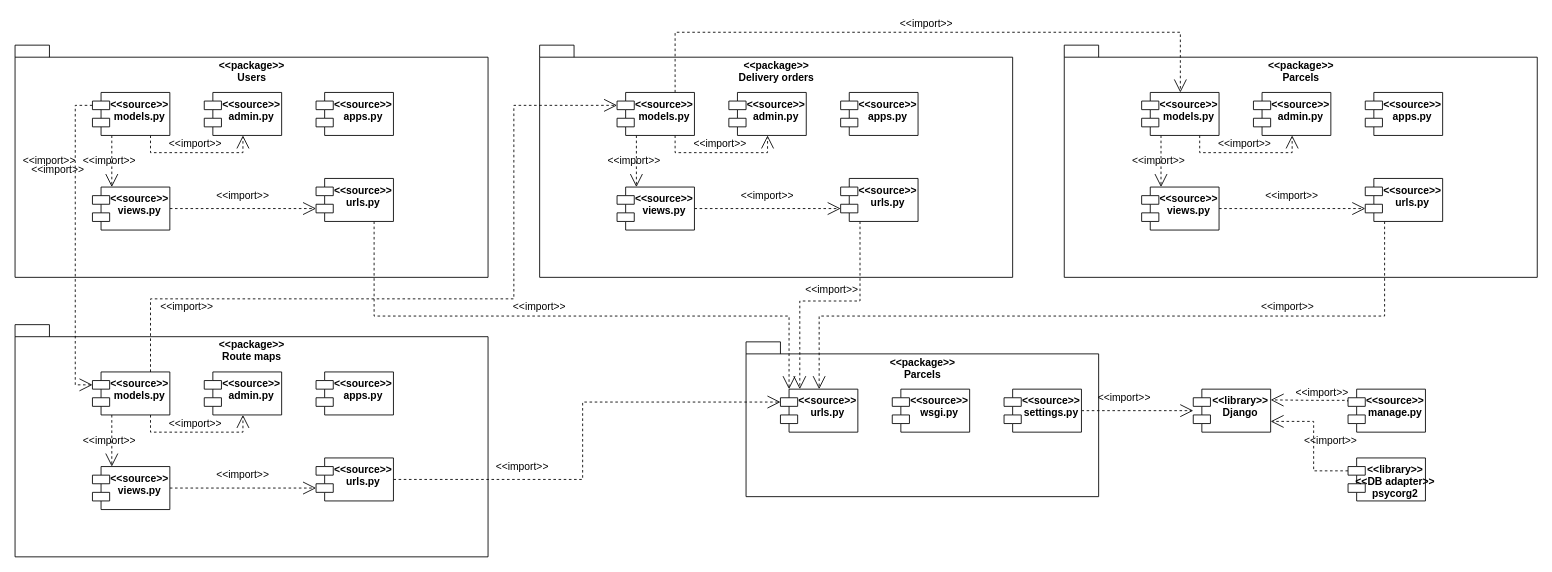
JolyBin/-Study keeps this draw.io diagram as page "Page-1" (1 of 3) of Курсач/Draw io/Диаграмма компонентов.drawio. Above is the earlier version. Source tidied: cells renumbered, new cells numbered last; positions are measured from the earlier drawing's top-left corner, leaving out a move shared by most shapes. Both pictures are drawn from the tidied source at 86%, with x=0, y=0 at pixel (15, 15).
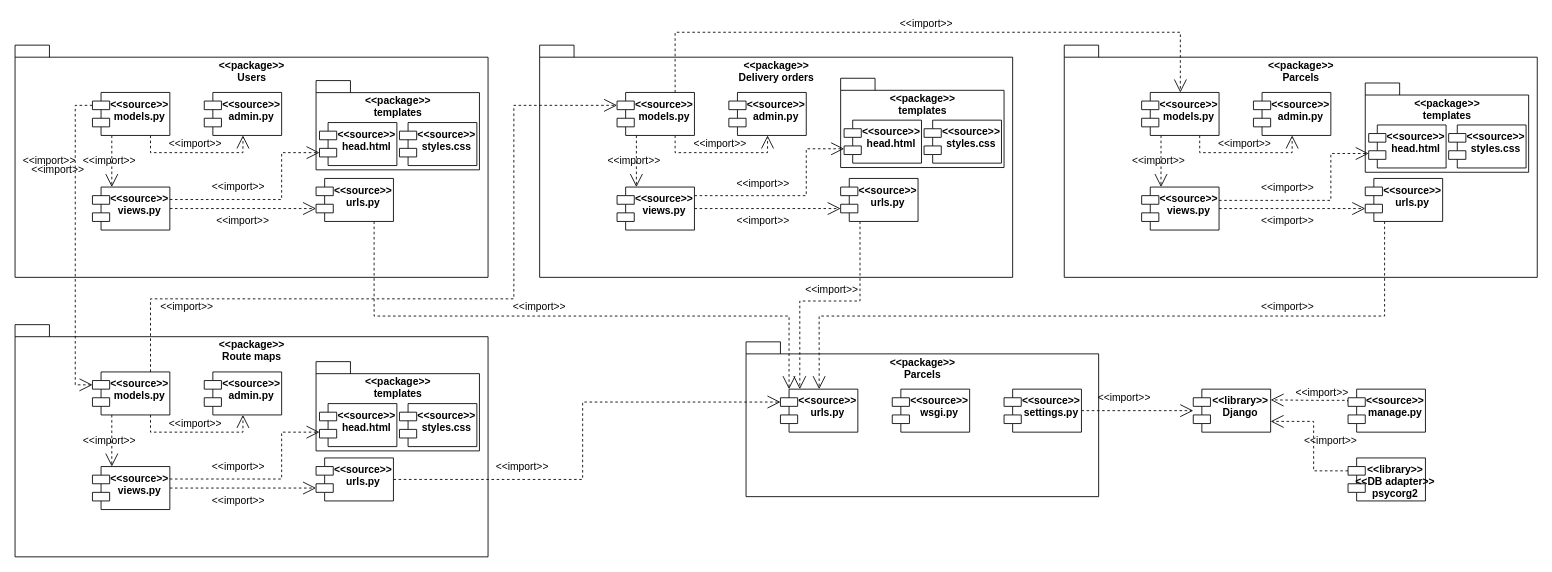
Above is the later version.

What changed in the source:
```diff
@@
-    <mxCell id="8" value="&lt;&lt;source&gt;&gt;&#10;apps.py" style="shape=module;align=left;spacingLeft=20;align=center;verticalAlign=top;fontStyle=1;" parent="1" vertex="1">
-      <mxGeometry x="350" y="90" width="90" height="50" as="geometry" />
-    </mxCell>
@@
     <mxCell id="15" value="&amp;lt;&amp;lt;import&amp;gt;&amp;gt;" style="text;html=1;strokeColor=none;fillColor=none;align=center;verticalAlign=middle;whiteSpace=wrap;rounded=0;" parent="1" vertex="1">
-      <mxGeometry x="245" y="200" width="40" height="20" as="geometry" />
+      <mxGeometry x="245" y="230" width="40" height="20" as="geometry" />
     </mxCell>
@@
-    <mxCell id="22" value="&lt;&lt;source&gt;&gt;&#10;apps.py" style="shape=module;align=left;spacingLeft=20;align=center;verticalAlign=top;fontStyle=1;" parent="1" vertex="1">
-      <mxGeometry x="350" y="415" width="90" height="50" as="geometry" />
-    </mxCell>
@@
     <mxCell id="29" value="&amp;lt;&amp;lt;import&amp;gt;&amp;gt;" style="text;html=1;strokeColor=none;fillColor=none;align=center;verticalAlign=middle;whiteSpace=wrap;rounded=0;" parent="1" vertex="1">
-      <mxGeometry x="245" y="525" width="40" height="20" as="geometry" />
+      <mxGeometry x="240" y="555" width="40" height="20" as="geometry" />
     </mxCell>
@@
-    <mxCell id="37" value="&lt;&lt;source&gt;&gt;&#10;apps.py" style="shape=module;align=left;spacingLeft=20;align=center;verticalAlign=top;fontStyle=1;" parent="1" vertex="1">
-      <mxGeometry x="960" y="90" width="90" height="50" as="geometry" />
-    </mxCell>
@@
     <mxCell id="44" value="&amp;lt;&amp;lt;import&amp;gt;&amp;gt;" style="text;html=1;strokeColor=none;fillColor=none;align=center;verticalAlign=middle;whiteSpace=wrap;rounded=0;" parent="1" vertex="1">
-      <mxGeometry x="855" y="200" width="40" height="20" as="geometry" />
+      <mxGeometry x="850" y="230" width="40" height="20" as="geometry" />
     </mxCell>
@@
-    <mxCell id="50" value="&lt;&lt;source&gt;&gt;&#10;apps.py" style="shape=module;align=left;spacingLeft=20;align=center;verticalAlign=top;fontStyle=1;" parent="1" vertex="1">
-      <mxGeometry x="1570" y="90" width="90" height="50" as="geometry" />
-    </mxCell>
@@
     <mxCell id="57" value="&amp;lt;&amp;lt;import&amp;gt;&amp;gt;" style="text;html=1;strokeColor=none;fillColor=none;align=center;verticalAlign=middle;whiteSpace=wrap;rounded=0;" parent="1" vertex="1">
-      <mxGeometry x="1465" y="200" width="40" height="20" as="geometry" />
+      <mxGeometry x="1460" y="230" width="40" height="20" as="geometry" />
     </mxCell>
@@
+    <mxCell id="78" value="&lt;span style=&quot;background-color: rgb(255 , 255 , 255)&quot;&gt;&amp;lt;&amp;lt;package&amp;gt;&amp;gt;&lt;br&gt;templates&lt;br&gt;&lt;/span&gt;&lt;span style=&quot;background-color: rgb(255 , 255 , 255)&quot;&gt;&lt;br&gt;&lt;/span&gt;" style="shape=folder;fontStyle=1;spacingTop=10;tabWidth=40;tabHeight=14;tabPosition=left;html=1;fillColor=none;align=center;verticalAlign=top;" parent="1" vertex="1">
+      <mxGeometry x="350" y="76.2" width="190" height="103.8" as="geometry" />
+    </mxCell>
+    <mxCell id="79" value="&lt;&lt;source&gt;&gt;&#10;head.html" style="shape=module;align=left;spacingLeft=20;align=center;verticalAlign=top;fontStyle=1;" parent="1" vertex="1">
+      <mxGeometry x="354" y="125" width="90" height="50" as="geometry" />
+    </mxCell>
+    <mxCell id="80" value="&lt;&lt;source&gt;&gt;&#10;styles.css" style="shape=module;align=left;spacingLeft=20;align=center;verticalAlign=top;fontStyle=1;" parent="1" vertex="1">
+      <mxGeometry x="447" y="125" width="90" height="50" as="geometry" />
+    </mxCell>
+    <mxCell id="81" style="edgeStyle=orthogonalEdgeStyle;rounded=0;jumpSize=14;jettySize=auto;html=1;entryX=0;entryY=0;entryDx=0;entryDy=35;entryPerimeter=0;dashed=1;startSize=13;endArrow=open;endFill=0;endSize=13;strokeWidth=1;" parent="1" edge="1" target="79">
+      <mxGeometry relative="1" as="geometry">
+        <mxPoint x="180" y="214.5" as="sourcePoint" />
+        <Array as="points">
+          <mxPoint x="310" y="215" />
+          <mxPoint x="310" y="160" />
+        </Array>
+      </mxGeometry>
+    </mxCell>
+    <mxCell id="82" value="&amp;lt;&amp;lt;import&amp;gt;&amp;gt;" style="text;html=1;strokeColor=none;fillColor=none;align=center;verticalAlign=middle;whiteSpace=wrap;rounded=0;" parent="1" vertex="1">
+      <mxGeometry x="240" y="190" width="40" height="20" as="geometry" />
+    </mxCell>
+    <mxCell id="83" value="&lt;span style=&quot;background-color: rgb(255 , 255 , 255)&quot;&gt;&amp;lt;&amp;lt;package&amp;gt;&amp;gt;&lt;br&gt;templates&lt;br&gt;&lt;/span&gt;&lt;span style=&quot;background-color: rgb(255 , 255 , 255)&quot;&gt;&lt;br&gt;&lt;/span&gt;" style="shape=folder;fontStyle=1;spacingTop=10;tabWidth=40;tabHeight=14;tabPosition=left;html=1;fillColor=none;align=center;verticalAlign=top;" parent="1" vertex="1">
+      <mxGeometry x="350" y="403" width="190" height="103.8" as="geometry" />
+    </mxCell>
+    <mxCell id="84" value="&lt;&lt;source&gt;&gt;&#10;head.html" style="shape=module;align=left;spacingLeft=20;align=center;verticalAlign=top;fontStyle=1;" parent="1" vertex="1">
+      <mxGeometry x="354" y="451.8" width="90" height="50" as="geometry" />
+    </mxCell>
+    <mxCell id="85" value="&lt;&lt;source&gt;&gt;&#10;styles.css" style="shape=module;align=left;spacingLeft=20;align=center;verticalAlign=top;fontStyle=1;" parent="1" vertex="1">
+      <mxGeometry x="447" y="451.8" width="90" height="50" as="geometry" />
+    </mxCell>
+    <mxCell id="86" style="edgeStyle=orthogonalEdgeStyle;rounded=0;jumpSize=14;orthogonalLoop=1;jettySize=auto;html=1;entryX=0;entryY=0;entryDx=0;entryDy=35;entryPerimeter=0;dashed=1;startSize=13;endArrow=open;endFill=0;endSize=13;strokeWidth=1;" parent="1" edge="1">
+      <mxGeometry relative="1" as="geometry">
+        <mxPoint x="180" y="539.5" as="sourcePoint" />
+        <mxPoint x="354" y="485" as="targetPoint" />
+        <Array as="points">
+          <mxPoint x="310" y="540" />
+          <mxPoint x="310" y="485" />
+        </Array>
+      </mxGeometry>
+    </mxCell>
+    <mxCell id="87" value="&amp;lt;&amp;lt;import&amp;gt;&amp;gt;" style="text;html=1;strokeColor=none;fillColor=none;align=center;verticalAlign=middle;whiteSpace=wrap;rounded=0;" parent="1" vertex="1">
+      <mxGeometry x="240" y="515" width="40" height="20" as="geometry" />
+    </mxCell>
+    <mxCell id="88" value="&lt;span style=&quot;background-color: rgb(255 , 255 , 255)&quot;&gt;&amp;lt;&amp;lt;package&amp;gt;&amp;gt;&lt;br&gt;templates&lt;br&gt;&lt;/span&gt;&lt;span style=&quot;background-color: rgb(255 , 255 , 255)&quot;&gt;&lt;br&gt;&lt;/span&gt;" style="shape=folder;fontStyle=1;spacingTop=10;tabWidth=40;tabHeight=14;tabPosition=left;html=1;fillColor=none;align=center;verticalAlign=top;" parent="1" vertex="1">
+      <mxGeometry x="960" y="73.5" width="190" height="103.8" as="geometry" />
+    </mxCell>
+    <mxCell id="89" value="&lt;&lt;source&gt;&gt;&#10;head.html" style="shape=module;align=left;spacingLeft=20;align=center;verticalAlign=top;fontStyle=1;" parent="1" vertex="1">
+      <mxGeometry x="964" y="122.2" width="90" height="50" as="geometry" />
+    </mxCell>
+    <mxCell id="90" value="&lt;&lt;source&gt;&gt;&#10;styles.css" style="shape=module;align=left;spacingLeft=20;align=center;verticalAlign=top;fontStyle=1;" parent="1" vertex="1">
+      <mxGeometry x="1057" y="122.2" width="90" height="50" as="geometry" />
+    </mxCell>
+    <mxCell id="91" style="edgeStyle=orthogonalEdgeStyle;rounded=0;jumpSize=14;orthogonalLoop=1;jettySize=auto;html=1;entryX=0;entryY=0;entryDx=0;entryDy=35;entryPerimeter=0;dashed=1;startSize=13;endArrow=open;endFill=0;endSize=13;strokeWidth=1;" parent="1" edge="1">
+      <mxGeometry relative="1" as="geometry">
+        <mxPoint x="790" y="210" as="sourcePoint" />
+        <mxPoint x="964" y="155.5" as="targetPoint" />
+        <Array as="points">
+          <mxPoint x="920" y="210.5" />
+          <mxPoint x="920" y="155.5" />
+        </Array>
+      </mxGeometry>
+    </mxCell>
+    <mxCell id="92" value="&amp;lt;&amp;lt;import&amp;gt;&amp;gt;" style="text;html=1;strokeColor=none;fillColor=none;align=center;verticalAlign=middle;whiteSpace=wrap;rounded=0;" parent="1" vertex="1">
+      <mxGeometry x="850" y="185.5" width="40" height="20" as="geometry" />
+    </mxCell>
+    <mxCell id="93" value="&lt;span style=&quot;background-color: rgb(255 , 255 , 255)&quot;&gt;&amp;lt;&amp;lt;package&amp;gt;&amp;gt;&lt;br&gt;templates&lt;br&gt;&lt;/span&gt;&lt;span style=&quot;background-color: rgb(255 , 255 , 255)&quot;&gt;&lt;br&gt;&lt;/span&gt;" style="shape=folder;fontStyle=1;spacingTop=10;tabWidth=40;tabHeight=14;tabPosition=left;html=1;fillColor=none;align=center;verticalAlign=top;" parent="1" vertex="1">
+      <mxGeometry x="1570" y="79" width="190" height="103.8" as="geometry" />
+    </mxCell>
+    <mxCell id="94" value="&lt;&lt;source&gt;&gt;&#10;head.html" style="shape=module;align=left;spacingLeft=20;align=center;verticalAlign=top;fontStyle=1;" parent="1" vertex="1">
+      <mxGeometry x="1574" y="127.8" width="90" height="50" as="geometry" />
+    </mxCell>
+    <mxCell id="95" value="&lt;&lt;source&gt;&gt;&#10;styles.css" style="shape=module;align=left;spacingLeft=20;align=center;verticalAlign=top;fontStyle=1;" parent="1" vertex="1">
+      <mxGeometry x="1667" y="127.8" width="90" height="50" as="geometry" />
+    </mxCell>
+    <mxCell id="96" style="edgeStyle=orthogonalEdgeStyle;rounded=0;jumpSize=14;orthogonalLoop=1;jettySize=auto;html=1;entryX=0;entryY=0;entryDx=0;entryDy=35;entryPerimeter=0;dashed=1;startSize=13;endArrow=open;endFill=0;endSize=13;strokeWidth=1;" parent="1" edge="1">
+      <mxGeometry relative="1" as="geometry">
+        <mxPoint x="1400" y="215.5" as="sourcePoint" />
+        <mxPoint x="1574" y="161" as="targetPoint" />
+        <Array as="points">
+          <mxPoint x="1530" y="216" />
+          <mxPoint x="1530" y="161" />
+        </Array>
+      </mxGeometry>
+    </mxCell>
+    <mxCell id="97" value="&amp;lt;&amp;lt;import&amp;gt;&amp;gt;" style="text;html=1;strokeColor=none;fillColor=none;align=center;verticalAlign=middle;whiteSpace=wrap;rounded=0;" parent="1" vertex="1">
+      <mxGeometry x="1460" y="191" width="40" height="20" as="geometry" />
+    </mxCell>
```
